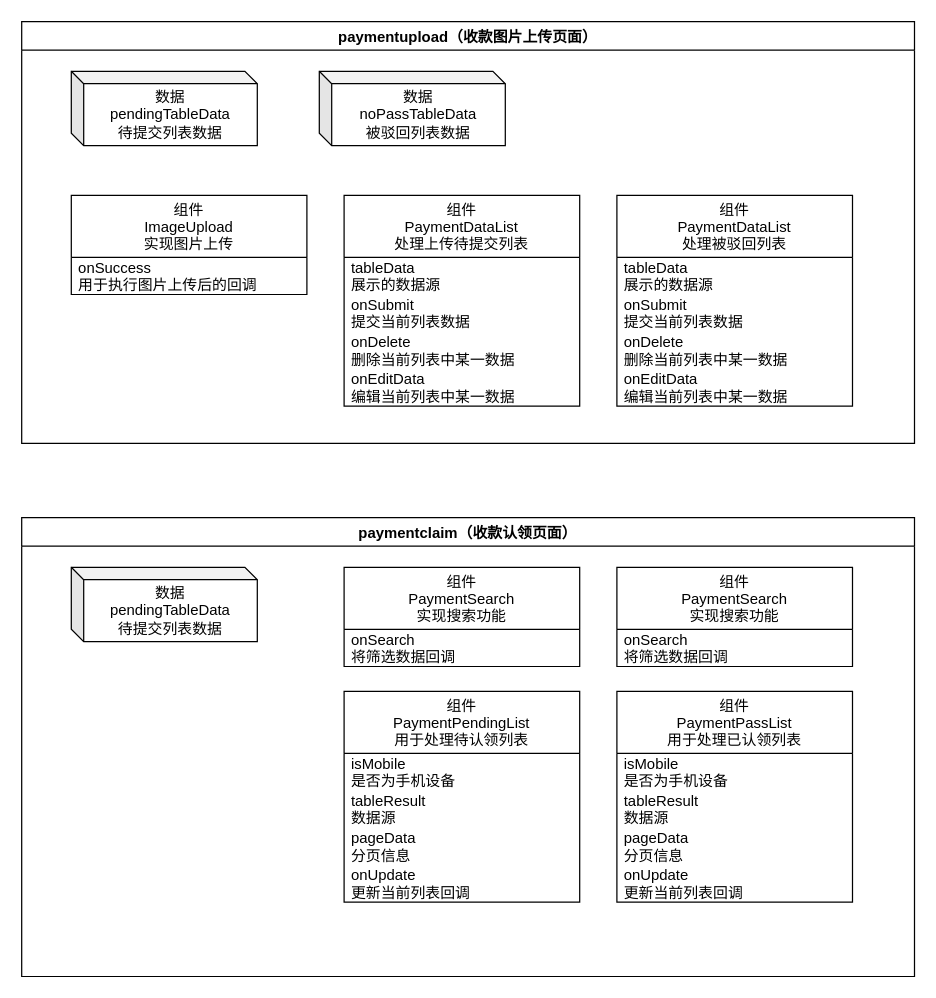
The draw.io diagram 软通建投项目交接.drawio in alphaAE/Diagrams, before the edit. Source tidied: cells renumbered, new cells numbered last; positions are measured from the earlier drawing's top-left corner, leaving out a move shared by most shapes. Both pictures are drawn from the tidied source at 124%, with x=0, y=0 at pixel (21, 21).
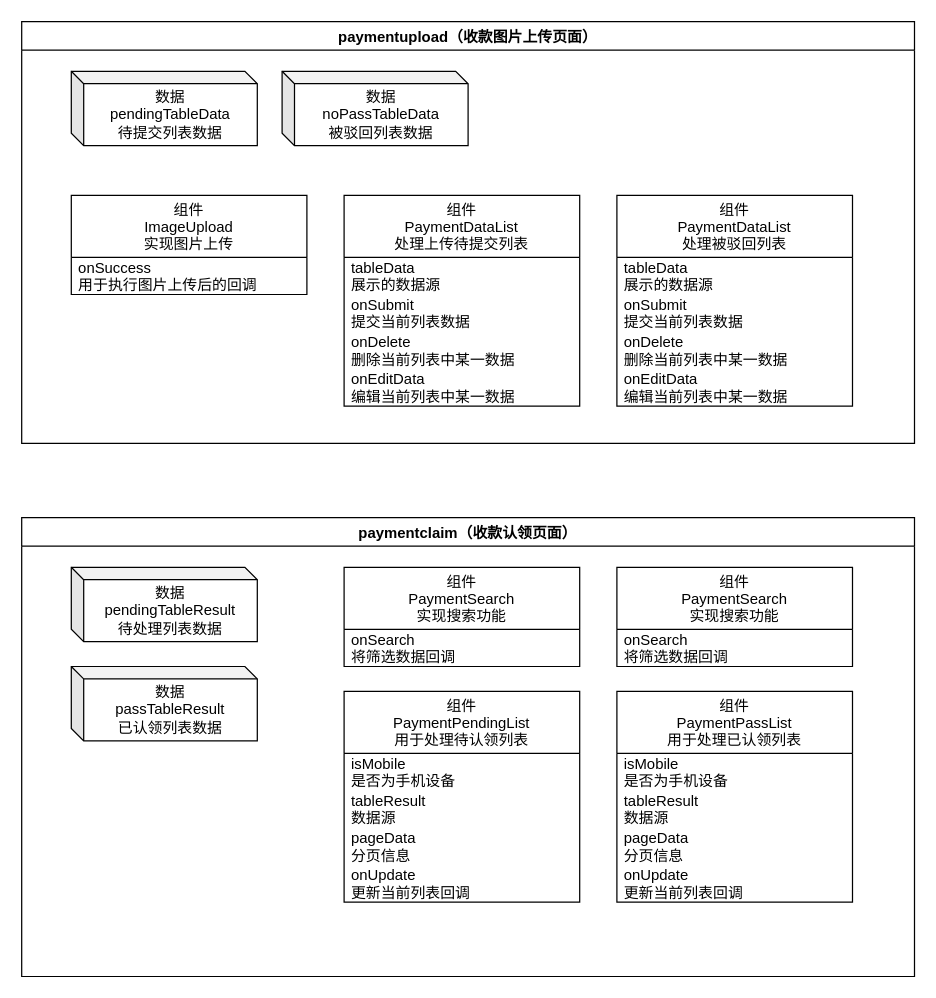
The same diagram, later.

Commit message:
更新软通建投项目交接.drawio

Unchanged cells that the change refers to:
```xml
<mxCell id="2" value="paymentupload（收款图片上传页面）" style="swimlane;" parent="1" vertex="1">
  <mxGeometry width="720" height="340" as="geometry" />
</mxCell>
<mxCell id="17" value="paymentclaim（收款认领页面）" style="swimlane;" parent="1" vertex="1">
  <mxGeometry y="400" width="720" height="370" as="geometry" />
</mxCell>
```

Diff of the diagram source:
```diff
@@
     <mxCell id="16" value="数据&lt;br&gt;noPassTableData&lt;br&gt;被驳回列表数据" style="shape=cube;whiteSpace=wrap;html=1;boundedLbl=1;backgroundOutline=1;darkOpacity=0.05;darkOpacity2=0.1;size=10;" parent="2" vertex="1">
-      <mxGeometry x="240" y="40" width="150" height="60" as="geometry" />
+      <mxGeometry x="210" y="40" width="150" height="60" as="geometry" />
     </mxCell>
@@
-    <mxCell id="30" value="数据&lt;br&gt;pendingTableData&lt;br&gt;待提交列表数据" style="shape=cube;whiteSpace=wrap;html=1;boundedLbl=1;backgroundOutline=1;darkOpacity=0.05;darkOpacity2=0.1;fillColor=default;size=10;" parent="17" vertex="1">
+    <mxCell id="30" value="数据&lt;br&gt;pendingTableResult&lt;br&gt;待处理列表数据" style="shape=cube;whiteSpace=wrap;html=1;boundedLbl=1;backgroundOutline=1;darkOpacity=0.05;darkOpacity2=0.1;fillColor=default;size=10;" parent="17" vertex="1">
       <mxGeometry x="40" y="40" width="150" height="60" as="geometry" />
     </mxCell>
@@
+    <mxCell id="33" value="数据&lt;br&gt;passTableResult&lt;br&gt;已认领列表数据" style="shape=cube;whiteSpace=wrap;html=1;boundedLbl=1;backgroundOutline=1;darkOpacity=0.05;darkOpacity2=0.1;fillColor=default;size=10;" parent="17" vertex="1">
+      <mxGeometry x="40" y="120" width="150" height="60" as="geometry" />
+    </mxCell>
```
